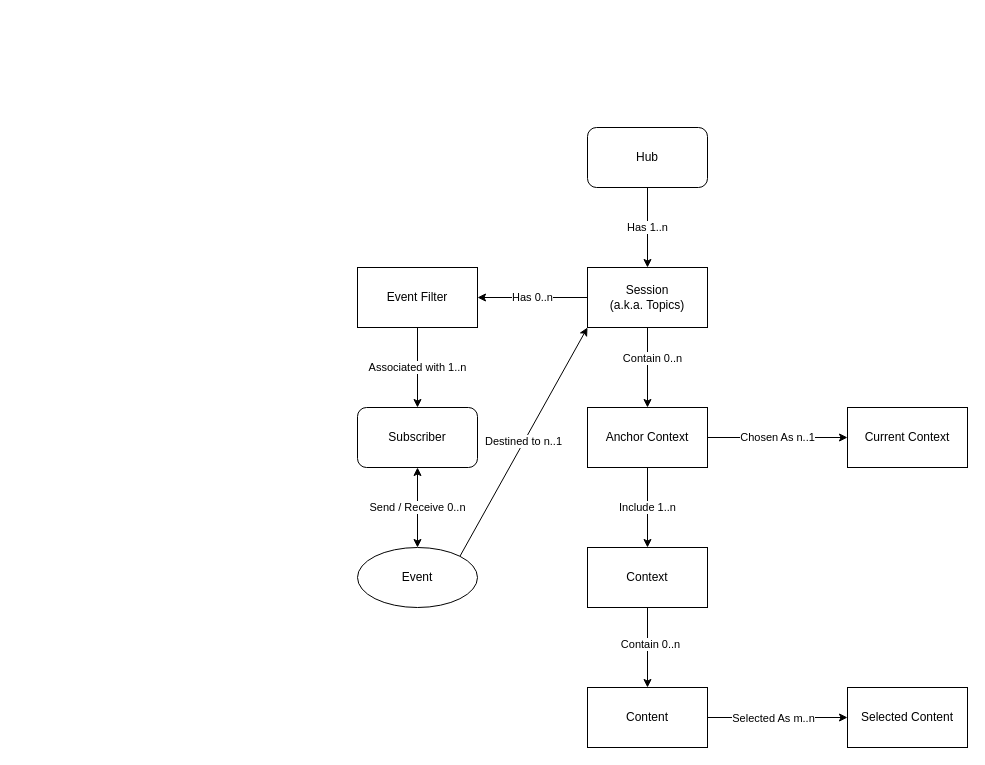
The draw.io diagram input/images-source/data_model.drawio in IHE/RAD.IRA, before the edit. Source tidied: cells renumbered, new cells numbered last; positions are measured from the earlier drawing's top-left corner, leaving out a move shared by most shapes. Both pictures are drawn from the tidied source at 100%, with x=0, y=0 at pixel (357, 127).
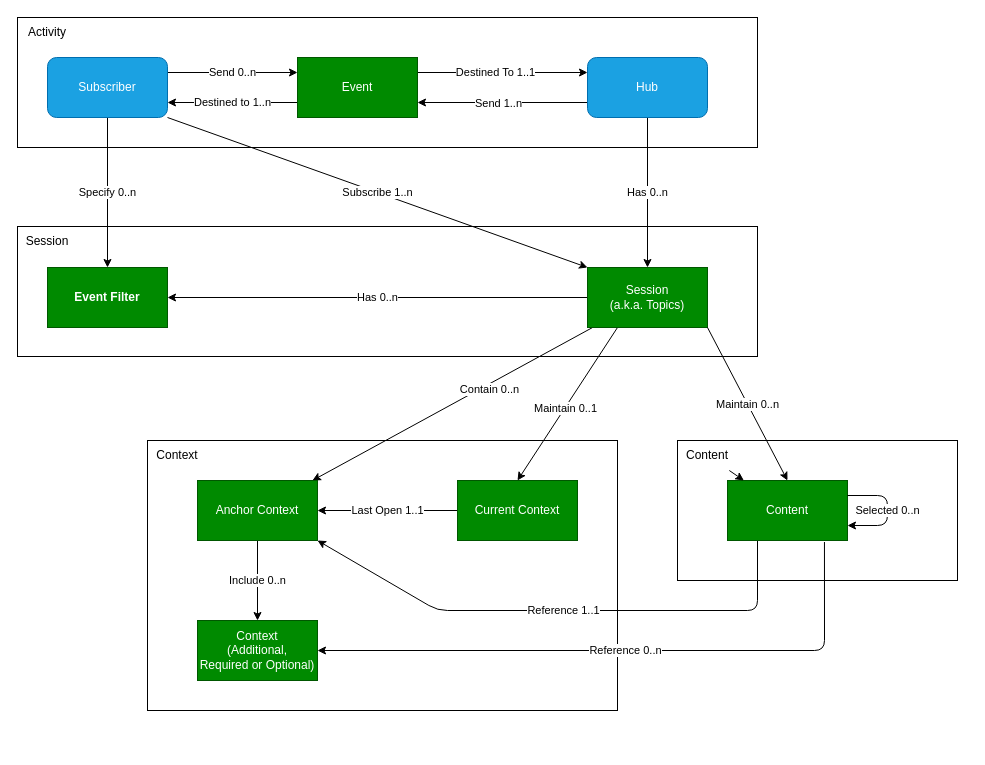
After the change.

Commit message (it also covers changes not shown here):
Updated data model.

The edit, as a diff of the source:
```diff
@@
+    <mxCell id="25" style="rounded=0;whiteSpace=wrap;html=1;fillColor=none;" parent="1" vertex="1">
+      <mxGeometry x="-210" y="313" width="470" height="270" as="geometry" />
+    </mxCell>
+    <mxCell id="26" style="rounded=0;whiteSpace=wrap;html=1;fillColor=none;" parent="1" vertex="1">
+      <mxGeometry x="320" y="313" width="280" height="140" as="geometry" />
+    </mxCell>
+    <mxCell id="27" style="rounded=0;whiteSpace=wrap;html=1;fillColor=none;" parent="1" vertex="1">
+      <mxGeometry x="-340" y="99" width="740" height="130" as="geometry" />
+    </mxCell>
+    <mxCell id="28" style="rounded=0;whiteSpace=wrap;html=1;fillColor=none;" parent="1" vertex="1">
+      <mxGeometry x="-340" y="-110" width="740" height="130" as="geometry" />
+    </mxCell>
-    <mxCell id="2" value="Has 1..n" style="edgeStyle=none;html=1;entryX=0.5;entryY=0;entryDx=0;entryDy=0;" parent="1" edge="1" source="3" target="7">
+    <mxCell id="2" value="Has 0..n" style="edgeStyle=none;html=1;entryX=0.5;entryY=0;entryDx=0;entryDy=0;" parent="1" edge="1" source="3" target="7">
       <mxGeometry relative="1" as="geometry" />
     </mxCell>
+    <mxCell id="29" style="edgeStyle=none;html=1;exitX=0;exitY=0.75;exitDx=0;exitDy=0;entryX=1;entryY=0.75;entryDx=0;entryDy=0;startArrow=none;startFill=0;endArrow=classic;endFill=1;" parent="1" edge="1" source="3" target="24">
+      <mxGeometry relative="1" as="geometry" />
+    </mxCell>
+    <mxCell id="30" value="Send 1..n" style="edgeLabel;html=1;align=center;verticalAlign=middle;" parent="29" vertex="1">
+      <mxGeometry x="0.36" relative="1" as="geometry">
+        <mxPoint x="26" as="offset" />
+      </mxGeometry>
+    </mxCell>
-    <mxCell id="3" value="Hub" style="rounded=1;whiteSpace=wrap;html=1;" parent="1" vertex="1">
-      <mxGeometry x="230" width="120" height="60" as="geometry" />
+    <mxCell id="3" value="Hub" style="rounded=1;whiteSpace=wrap;html=1;fillColor=#1ba1e2;fontColor=#ffffff;strokeColor=#006EAF;" parent="1" vertex="1">
+      <mxGeometry x="230" y="-70" width="120" height="60" as="geometry" />
     </mxCell>
@@
+    <mxCell id="31" style="edgeStyle=none;html=1;exitX=0.25;exitY=1;exitDx=0;exitDy=0;entryX=0.5;entryY=0;entryDx=0;entryDy=0;" parent="1" edge="1" source="7" target="21">
+      <mxGeometry relative="1" as="geometry" />
+    </mxCell>
+    <mxCell id="32" value="Maintain 0..1" style="edgeLabel;html=1;align=center;verticalAlign=middle;" parent="31" vertex="1">
+      <mxGeometry x="0.05" relative="1" as="geometry" />
+    </mxCell>
-    <mxCell id="7" value="Session&lt;br&gt;(a.k.a. Topics)" style="rounded=0;whiteSpace=wrap;html=1;" parent="1" vertex="1">
+    <mxCell id="7" value="Session&lt;br&gt;(a.k.a. Topics)" style="rounded=0;whiteSpace=wrap;html=1;fillColor=#008a00;fontColor=#ffffff;strokeColor=#005700;" parent="1" vertex="1">
       <mxGeometry x="230" y="140" width="120" height="60" as="geometry" />
     </mxCell>
-    <mxCell id="8" value="Include 1..n" style="edgeStyle=none;html=1;" parent="1" edge="1" source="10" target="13">
+    <mxCell id="8" value="Include 0..n" style="edgeStyle=none;html=1;" parent="1" edge="1" source="10" target="13">
       <mxGeometry relative="1" as="geometry" />
     </mxCell>
-    <mxCell id="9" value="Chosen As n..1" style="edgeStyle=none;html=1;startArrow=none;startFill=0;endArrow=classic;endFill=1;" parent="1" edge="1" source="10" target="21">
+    <mxCell id="9" value="Last Open 1..1" style="edgeStyle=none;html=1;startArrow=classic;startFill=1;endArrow=none;endFill=0;" parent="1" edge="1" source="10" target="21">
       <mxGeometry relative="1" as="geometry" />
     </mxCell>
-    <mxCell id="10" value="Anchor Context" style="whiteSpace=wrap;html=1;rounded=0;" parent="1" vertex="1">
-      <mxGeometry x="230" y="280" width="120" height="60" as="geometry" />
+    <mxCell id="10" value="Anchor Context" style="whiteSpace=wrap;html=1;rounded=0;fillColor=#008a00;fontColor=#ffffff;strokeColor=#005700;" parent="1" vertex="1">
+      <mxGeometry x="-160" y="353" width="120" height="60" as="geometry" />
     </mxCell>
-    <mxCell id="11" style="edgeStyle=none;html=1;" parent="1" edge="1" source="13" target="16">
-      <mxGeometry relative="1" as="geometry" />
-    </mxCell>
-    <mxCell id="12" value="Contain 0..n" style="edgeLabel;html=1;align=center;verticalAlign=middle;" parent="11" vertex="1">
-      <mxGeometry x="-0.1" y="2" relative="1" as="geometry" />
-    </mxCell>
-    <mxCell id="13" value="Context" style="whiteSpace=wrap;html=1;rounded=0;" parent="1" vertex="1">
-      <mxGeometry x="230" y="420" width="120" height="60" as="geometry" />
+    <mxCell id="13" value="Context&lt;br&gt;(Additional,&lt;br&gt;Required or Optional)" style="whiteSpace=wrap;html=1;rounded=0;fillColor=#008a00;fontColor=#ffffff;strokeColor=#005700;" parent="1" vertex="1">
+      <mxGeometry x="-160" y="493" width="120" height="60" as="geometry" />
     </mxCell>
-    <mxCell id="14" style="edgeStyle=none;html=1;startArrow=none;startFill=0;endArrow=classic;endFill=1;" parent="1" edge="1" source="16" target="22">
-      <mxGeometry relative="1" as="geometry" />
-    </mxCell>
-    <mxCell id="15" value="Selected As m..n" style="edgeLabel;html=1;align=center;verticalAlign=middle;" parent="14" vertex="1">
-      <mxGeometry x="-0.21" y="-2" relative="1" as="geometry">
-        <mxPoint x="10" y="-2" as="offset" />
-      </mxGeometry>
-    </mxCell>
-    <mxCell id="16" value="Content" style="whiteSpace=wrap;html=1;rounded=0;" parent="1" vertex="1">
-      <mxGeometry x="230" y="560" width="120" height="60" as="geometry" />
-    </mxCell>
-    <mxCell id="17" value="Associated with 1..n" style="edgeStyle=none;html=1;startArrow=none;startFill=0;endArrow=classic;endFill=1;" parent="1" edge="1" source="18" target="20">
+    <mxCell id="17" value="Specify 0..n" style="edgeStyle=none;html=1;startArrow=classic;startFill=1;endArrow=none;endFill=0;" parent="1" edge="1" source="18" target="20">
       <mxGeometry relative="1" as="geometry" />
     </mxCell>
-    <mxCell id="18" value="Event Filter" style="whiteSpace=wrap;html=1;rounded=0;" parent="1" vertex="1">
-      <mxGeometry y="140" width="120" height="60" as="geometry" />
+    <mxCell id="18" value="Event Filter" style="whiteSpace=wrap;html=1;rounded=0;fontStyle=1;fillColor=#008a00;fontColor=#ffffff;strokeColor=#005700;" parent="1" vertex="1">
+      <mxGeometry x="-310" y="140" width="120" height="60" as="geometry" />
     </mxCell>
+    <mxCell id="33" value="Subscribe 1..n" style="edgeStyle=none;html=1;exitX=1;exitY=1;exitDx=0;exitDy=0;entryX=0;entryY=0;entryDx=0;entryDy=0;startArrow=none;startFill=0;endArrow=classic;endFill=1;" parent="1" edge="1" source="20" target="7">
+      <mxGeometry relative="1" as="geometry" />
+    </mxCell>
-    <mxCell id="19" value="Send / Receive 0..n" style="edgeStyle=none;html=1;startArrow=classic;startFill=1;endArrow=classic;endFill=1;" parent="1" edge="1" source="20" target="24">
+    <mxCell id="19" value="Send 0..n" style="edgeStyle=none;html=1;exitX=1;exitY=0.25;exitDx=0;exitDy=0;entryX=0;entryY=0.25;entryDx=0;entryDy=0;startArrow=none;startFill=0;endArrow=classic;endFill=1;" parent="1" edge="1" source="20" target="24">
       <mxGeometry relative="1" as="geometry" />
     </mxCell>
-    <mxCell id="20" value="Subscriber" style="whiteSpace=wrap;html=1;rounded=1;" parent="1" vertex="1">
-      <mxGeometry y="280" width="120" height="60" as="geometry" />
+    <mxCell id="20" value="Subscriber" style="whiteSpace=wrap;html=1;rounded=1;fillColor=#1ba1e2;fontColor=#ffffff;strokeColor=#006EAF;" parent="1" vertex="1">
+      <mxGeometry x="-310" y="-70" width="120" height="60" as="geometry" />
     </mxCell>
-    <mxCell id="21" value="Current Context" style="whiteSpace=wrap;html=1;rounded=0;" parent="1" vertex="1">
-      <mxGeometry x="490" y="280" width="120" height="60" as="geometry" />
+    <mxCell id="21" value="Current Context" style="whiteSpace=wrap;html=1;rounded=0;fillColor=#008a00;fontColor=#ffffff;strokeColor=#005700;" parent="1" vertex="1">
+      <mxGeometry x="100" y="353" width="120" height="60" as="geometry" />
     </mxCell>
+    <mxCell id="34" value="Maintain 0..n" style="edgeStyle=none;html=1;exitX=0.5;exitY=0;exitDx=0;exitDy=0;entryX=1;entryY=1;entryDx=0;entryDy=0;startArrow=classic;startFill=1;endArrow=none;endFill=0;" parent="1" edge="1" source="22" target="7">
+      <mxGeometry relative="1" as="geometry" />
+    </mxCell>
+    <mxCell id="35" value="Reference 1..1" style="edgeStyle=none;html=1;exitX=0.25;exitY=1;exitDx=0;exitDy=0;entryX=1;entryY=1;entryDx=0;entryDy=0;startArrow=none;startFill=0;endArrow=classic;endFill=1;" parent="1" edge="1" source="22" target="10">
+      <mxGeometry relative="1" as="geometry">
+        <Array as="points">
+          <mxPoint x="400" y="483" />
+          <mxPoint x="80" y="483" />
+        </Array>
+      </mxGeometry>
+    </mxCell>
+    <mxCell id="36" value="Reference 0..n" style="edgeStyle=none;html=1;entryX=1;entryY=0.5;entryDx=0;entryDy=0;startArrow=none;startFill=0;endArrow=classic;endFill=1;exitX=0.808;exitY=1.025;exitDx=0;exitDy=0;exitPerimeter=0;" parent="1" edge="1" source="22" target="13">
+      <mxGeometry relative="1" as="geometry">
+        <Array as="points">
+          <mxPoint x="467" y="523" />
+        </Array>
+      </mxGeometry>
+    </mxCell>
-    <mxCell id="22" value="Selected Content" style="whiteSpace=wrap;html=1;rounded=0;" parent="1" vertex="1">
-      <mxGeometry x="490" y="560" width="120" height="60" as="geometry" />
+    <mxCell id="22" value="Content" style="whiteSpace=wrap;html=1;rounded=0;fillColor=#008a00;fontColor=#ffffff;strokeColor=#005700;" parent="1" vertex="1">
+      <mxGeometry x="370" y="353" width="120" height="60" as="geometry" />
     </mxCell>
-    <mxCell id="23" value="Destined to n..1" style="edgeStyle=none;html=1;exitX=1;exitY=0;exitDx=0;exitDy=0;entryX=0;entryY=1;entryDx=0;entryDy=0;startArrow=none;startFill=0;endArrow=classic;endFill=1;" parent="1" edge="1" source="24" target="7">
-      <mxGeometry relative="1" as="geometry" />
-    </mxCell>
+    <mxCell id="37" style="edgeStyle=none;html=1;exitX=1;exitY=0.25;exitDx=0;exitDy=0;entryX=0;entryY=0.25;entryDx=0;entryDy=0;startArrow=none;startFill=0;endArrow=classic;endFill=1;" parent="1" edge="1" source="24" target="3">
+      <mxGeometry relative="1" as="geometry" />
+    </mxCell>
+    <mxCell id="38" value="Destined To 1..1" style="edgeLabel;html=1;align=center;verticalAlign=middle;" parent="37" vertex="1">
+      <mxGeometry x="-0.1" y="-2" relative="1" as="geometry">
+        <mxPoint y="-2" as="offset" />
+      </mxGeometry>
+    </mxCell>
+    <mxCell id="39" value="Destined to 1..n" style="edgeStyle=none;html=1;exitX=0;exitY=0.75;exitDx=0;exitDy=0;entryX=1;entryY=0.75;entryDx=0;entryDy=0;startArrow=none;startFill=0;endArrow=classic;endFill=1;" parent="1" edge="1" source="24" target="20">
+      <mxGeometry relative="1" as="geometry" />
+    </mxCell>
-    <mxCell id="24" value="Event" style="ellipse;whiteSpace=wrap;html=1;rounded=1;" parent="1" vertex="1">
-      <mxGeometry y="420" width="120" height="60" as="geometry" />
+    <mxCell id="24" value="Event" style="whiteSpace=wrap;html=1;rounded=0;fillColor=#008a00;fontColor=#ffffff;strokeColor=#005700;" parent="1" vertex="1">
+      <mxGeometry x="-60" y="-70" width="120" height="60" as="geometry" />
     </mxCell>
+    <mxCell id="40" value="Selected 0..n" style="edgeStyle=none;html=1;exitX=1;exitY=0.75;exitDx=0;exitDy=0;entryX=1;entryY=0.25;entryDx=0;entryDy=0;startArrow=classic;startFill=1;endArrow=none;endFill=0;" parent="1" edge="1" source="22" target="22">
+      <mxGeometry relative="1" as="geometry">
+        <Array as="points">
+          <mxPoint x="530" y="398" />
+          <mxPoint x="530" y="368" />
+        </Array>
+      </mxGeometry>
+    </mxCell>
+    <mxCell id="41" value="Activity" style="text;html=1;strokeColor=none;fillColor=none;align=center;verticalAlign=middle;whiteSpace=wrap;rounded=0;" parent="1" vertex="1">
+      <mxGeometry x="-340" y="-110" width="60" height="30" as="geometry" />
+    </mxCell>
+    <mxCell id="42" value="Session" style="text;html=1;strokeColor=none;fillColor=none;align=center;verticalAlign=middle;whiteSpace=wrap;rounded=0;" parent="1" vertex="1">
+      <mxGeometry x="-340" y="99" width="60" height="30" as="geometry" />
+    </mxCell>
+    <mxCell id="43" value="Context" style="text;html=1;strokeColor=none;fillColor=none;align=center;verticalAlign=middle;whiteSpace=wrap;rounded=0;" parent="1" vertex="1">
+      <mxGeometry x="-210" y="313" width="60" height="30" as="geometry" />
+    </mxCell>
+    <mxCell id="14" style="edgeStyle=none;html=1;startArrow=none;startFill=0;endArrow=classic;endFill=1;" parent="1" edge="1" source="16" target="22">
+      <mxGeometry relative="1" as="geometry" />
+    </mxCell>
+    <mxCell id="16" value="Content" style="text;html=1;strokeColor=none;fillColor=none;align=center;verticalAlign=middle;whiteSpace=wrap;rounded=0;" parent="1" vertex="1">
+      <mxGeometry x="320" y="313" width="60" height="30" as="geometry" />
+    </mxCell>
```
